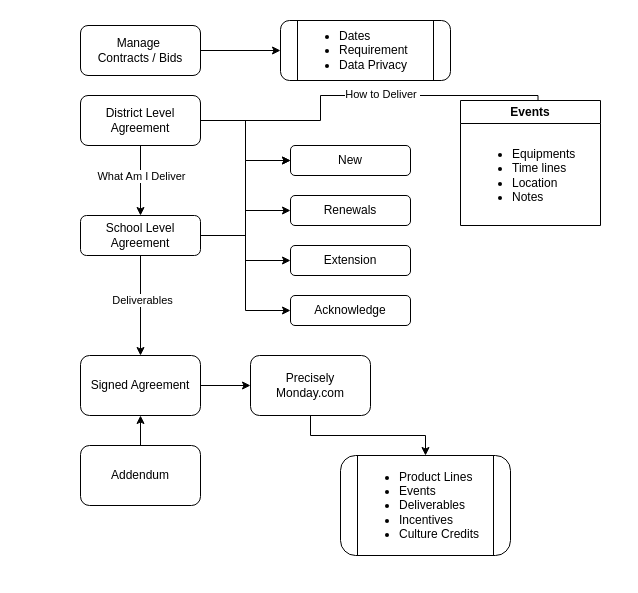
This is page "Contract" (3 of 8) of 11.drawio from ai-next-zen/diagrams, a draw.io file, before an edit. Source tidied: cells renumbered, new cells numbered last; positions are measured from the earlier drawing's top-left corner, leaving out a move shared by most shapes. Both pictures are drawn from the tidied source at 100%, with x=0, y=0 at pixel (80, 20).
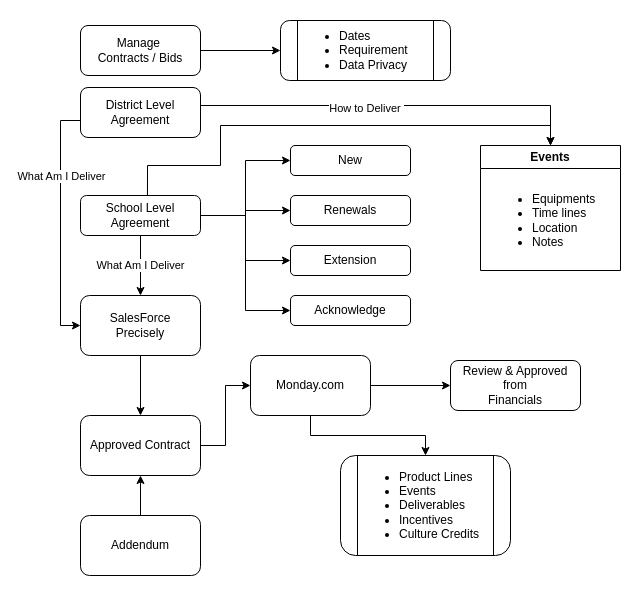
After the change.

The change refers to these unchanged cells:
```xml
<mxCell id="18" value="New" style="rounded=1;whiteSpace=wrap;html=1;" parent="1" vertex="1">
  <mxGeometry x="210" y="125" width="120" height="30" as="geometry" />
</mxCell>
```

What changed in the source:
```diff
@@
-    <mxCell id="5" style="edgeStyle=orthogonalEdgeStyle;rounded=0;jettySize=auto;html=1;" parent="1" edge="1" source="10" target="17">
-      <mxGeometry relative="1" as="geometry" />
+    <mxCell id="5" style="edgeStyle=orthogonalEdgeStyle;rounded=0;jettySize=auto;html=1;entryX=0;entryY=0.5;entryDx=0;entryDy=0;" parent="1" edge="1" source="10" target="36">
+      <mxGeometry relative="1" as="geometry">
+        <Array as="points">
+          <mxPoint x="-20" y="100" />
+          <mxPoint x="-20" y="305" />
+        </Array>
+      </mxGeometry>
     </mxCell>
     <mxCell id="6" value="What Am I Deliver" style="edgeLabel;html=1;align=center;verticalAlign=middle;" parent="5" vertex="1">
-      <mxGeometry x="-0.14" relative="1" as="geometry" />
+      <mxGeometry x="-0.14" relative="1" as="geometry">
+        <mxPoint y="-30" as="offset" />
+      </mxGeometry>
     </mxCell>
-    <mxCell id="7" style="edgeStyle=orthogonalEdgeStyle;rounded=0;jettySize=auto;html=1;" parent="1" edge="1" source="10" target="18">
-      <mxGeometry relative="1" as="geometry" />
-    </mxCell>
-    <mxCell id="8" style="edgeStyle=orthogonalEdgeStyle;rounded=0;jettySize=auto;html=1;entryX=0.5;entryY=0;entryDx=0;entryDy=0;" parent="1" edge="1" source="10">
-      <mxGeometry relative="1" as="geometry">
-        <mxPoint x="457.5" y="90" as="targetPoint" />
-        <Array as="points">
-          <mxPoint x="240" y="100" />
-          <mxPoint x="240" y="75" />
-          <mxPoint x="458" y="75" />
-        </Array>
-      </mxGeometry>
-    </mxCell>
+    <mxCell id="31" style="edgeStyle=orthogonalEdgeStyle;rounded=0;jettySize=auto;html=1;entryX=0.5;entryY=0;entryDx=0;entryDy=0;" parent="1" edge="1" source="10" target="29">
+      <mxGeometry relative="1" as="geometry">
+        <Array as="points">
+          <mxPoint x="470" y="85" />
+        </Array>
+      </mxGeometry>
+    </mxCell>
-    <mxCell id="9" value="How to Deliver&amp;nbsp;" style="edgeLabel;html=1;align=center;verticalAlign=middle;" parent="8" vertex="1">
-      <mxGeometry x="0.09" y="2" relative="1" as="geometry" />
+    <mxCell id="9" value="How to Deliver&amp;nbsp;" style="edgeLabel;html=1;align=center;verticalAlign=middle;" parent="31" vertex="1">
+      <mxGeometry x="0.08" y="-2" relative="1" as="geometry">
+        <mxPoint x="-46" as="offset" />
+      </mxGeometry>
     </mxCell>
     <mxCell id="10" value="District Level Agreement" style="rounded=1;whiteSpace=wrap;html=1;" parent="1" vertex="1">
-      <mxGeometry y="75" width="120" height="50" as="geometry" />
+      <mxGeometry y="67" width="120" height="50" as="geometry" />
     </mxCell>
@@
-    <mxCell id="15" style="edgeStyle=orthogonalEdgeStyle;rounded=0;jettySize=auto;html=1;" parent="1" edge="1" source="17" target="23">
-      <mxGeometry relative="1" as="geometry" />
-    </mxCell>
-    <mxCell id="16" value="Deliverables" style="edgeLabel;html=1;align=center;verticalAlign=middle;" parent="15" vertex="1">
-      <mxGeometry x="-0.12" y="1" relative="1" as="geometry" />
-    </mxCell>
+    <mxCell id="32" value="What Am I Deliver" style="edgeStyle=orthogonalEdgeStyle;rounded=0;jettySize=auto;html=1;" parent="1" edge="1" source="17" target="36">
+      <mxGeometry relative="1" as="geometry" />
+    </mxCell>
+    <mxCell id="33" style="edgeStyle=orthogonalEdgeStyle;rounded=0;jettySize=auto;html=1;entryX=0.5;entryY=0;entryDx=0;entryDy=0;exitX=0.558;exitY=0.25;exitDx=0;exitDy=0;exitPerimeter=0;" parent="1" edge="1" source="17" target="29">
+      <mxGeometry relative="1" as="geometry">
+        <Array as="points">
+          <mxPoint x="67" y="145" />
+          <mxPoint x="140" y="145" />
+          <mxPoint x="140" y="105" />
+          <mxPoint x="470" y="105" />
+        </Array>
+      </mxGeometry>
+    </mxCell>
     <mxCell id="17" value="School Level&lt;div&gt;Agreement&lt;/div&gt;" style="whiteSpace=wrap;html=1;rounded=1;" parent="1" vertex="1">
-      <mxGeometry y="195" width="120" height="40" as="geometry" />
+      <mxGeometry y="175" width="120" height="40" as="geometry" />
     </mxCell>
@@
-    <mxCell id="23" value="Signed Agreement" style="whiteSpace=wrap;html=1;rounded=1;" parent="1" vertex="1">
-      <mxGeometry y="335" width="120" height="60" as="geometry" />
+    <mxCell id="23" value="Approved Contract" style="whiteSpace=wrap;html=1;rounded=1;" parent="1" vertex="1">
+      <mxGeometry y="395" width="120" height="60" as="geometry" />
     </mxCell>
@@
     <mxCell id="25" value="Addendum" style="whiteSpace=wrap;html=1;rounded=1;" parent="1" vertex="1">
-      <mxGeometry y="425" width="120" height="60" as="geometry" />
+      <mxGeometry y="495" width="120" height="60" as="geometry" />
     </mxCell>
@@
+    <mxCell id="34" style="edgeStyle=orthogonalEdgeStyle;rounded=0;jettySize=auto;html=1;" parent="1" edge="1" source="27" target="37">
+      <mxGeometry relative="1" as="geometry" />
+    </mxCell>
-    <mxCell id="27" value="Precisely&lt;div&gt;Monday.com&lt;/div&gt;" style="whiteSpace=wrap;html=1;rounded=1;" parent="1" vertex="1">
+    <mxCell id="27" value="&lt;div&gt;&lt;div&gt;Monday.com&lt;/div&gt;&lt;/div&gt;" style="whiteSpace=wrap;html=1;rounded=1;" parent="1" vertex="1">
       <mxGeometry x="170" y="335" width="120" height="60" as="geometry" />
     </mxCell>
@@
     <mxCell id="29" value="Events" style="swimlane;whiteSpace=wrap;html=1;" parent="1" vertex="1">
-      <mxGeometry x="380" y="80" width="140" height="125" as="geometry" />
+      <mxGeometry x="400" y="125" width="140" height="125" as="geometry" />
     </mxCell>
@@
+    <mxCell id="35" style="edgeStyle=orthogonalEdgeStyle;rounded=0;jettySize=auto;html=1;" parent="1" edge="1" source="36" target="23">
+      <mxGeometry relative="1" as="geometry" />
+    </mxCell>
+    <mxCell id="36" value="SalesForce&lt;div&gt;Precisely&lt;/div&gt;" style="whiteSpace=wrap;html=1;rounded=1;" parent="1" vertex="1">
+      <mxGeometry y="275" width="120" height="60" as="geometry" />
+    </mxCell>
+    <mxCell id="37" value="&lt;div&gt;&lt;div&gt;Review &amp;amp; Approved&lt;/div&gt;&lt;/div&gt;&lt;div&gt;from&lt;/div&gt;&lt;div&gt;Financials&lt;/div&gt;" style="whiteSpace=wrap;html=1;rounded=1;" parent="1" vertex="1">
+      <mxGeometry x="370" y="340" width="130" height="50" as="geometry" />
+    </mxCell>
```
